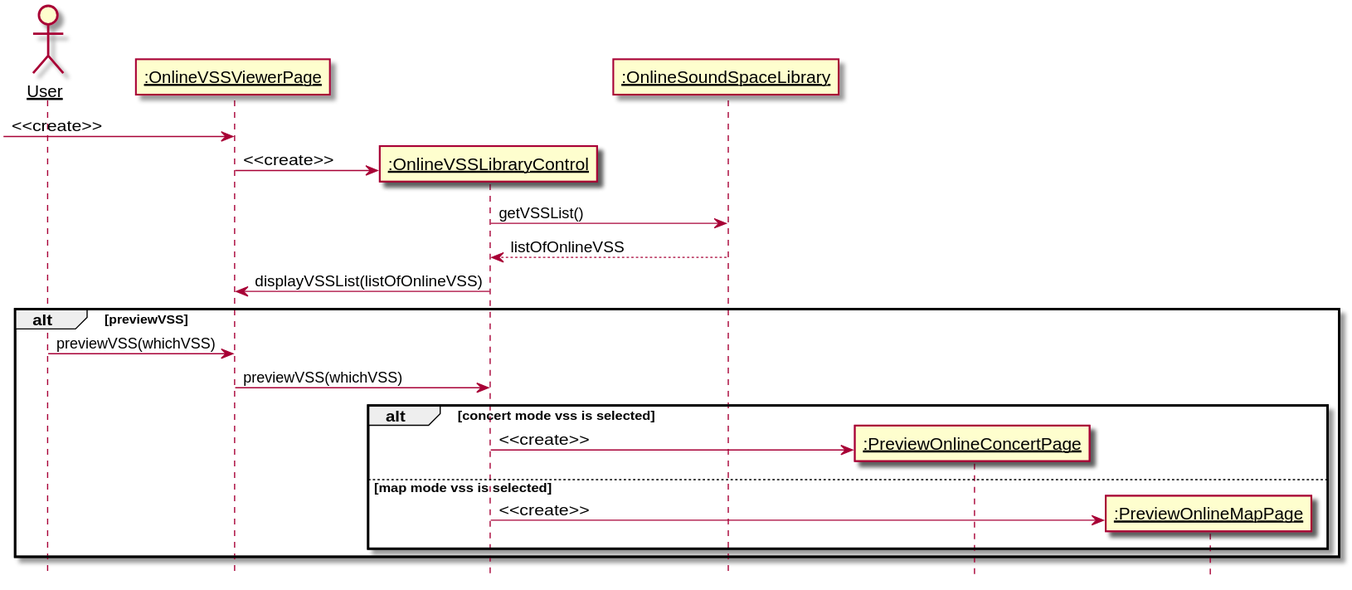
Before: 需求定义和分析/BrowseOnlineVSSLibrary.svg, a diagram exported from PlantUML (kpp19920121/doc).
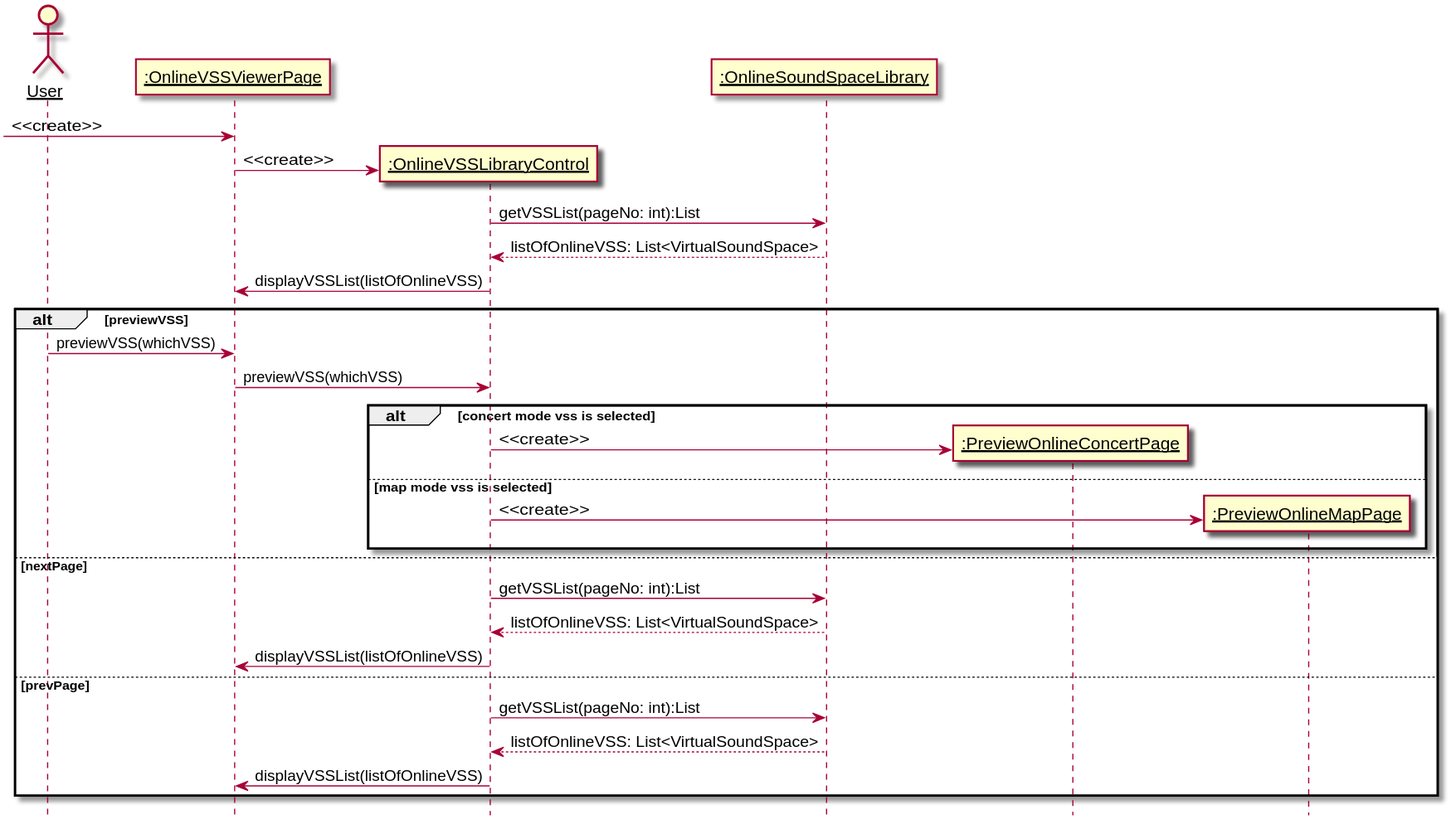
After the change.

What changed in the source:
```diff
@@ -13,8 +13,8 @@
 [-> page: <<create>>
 create control
 page -> control: <<create>>
-control -> library: getVSSList()
-library --> control: listOfOnlineVSS
+control -> library: getVSSList(pageNo: int):List
+library --> control: listOfOnlineVSS: List<VirtualSoundSpace>
 control -> page: displayVSSList(listOfOnlineVSS)
 alt previewVSS
     user -> page: previewVSS(whichVSS)
@@ -29,6 +29,14 @@
         control -> pomp: <<create>>
 
     end
+else nextPage
+    control -> library: getVSSList(pageNo: int):List
+    library --> control: listOfOnlineVSS: List<VirtualSoundSpace>
+    control -> page: displayVSSList(listOfOnlineVSS)
+else prevPage
+    control -> library: getVSSList(pageNo: int):List
+    library --> control: listOfOnlineVSS: List<VirtualSoundSpace>
+    control -> page: displayVSSList(listOfOnlineVSS)
 end
 
 @enduml
```
